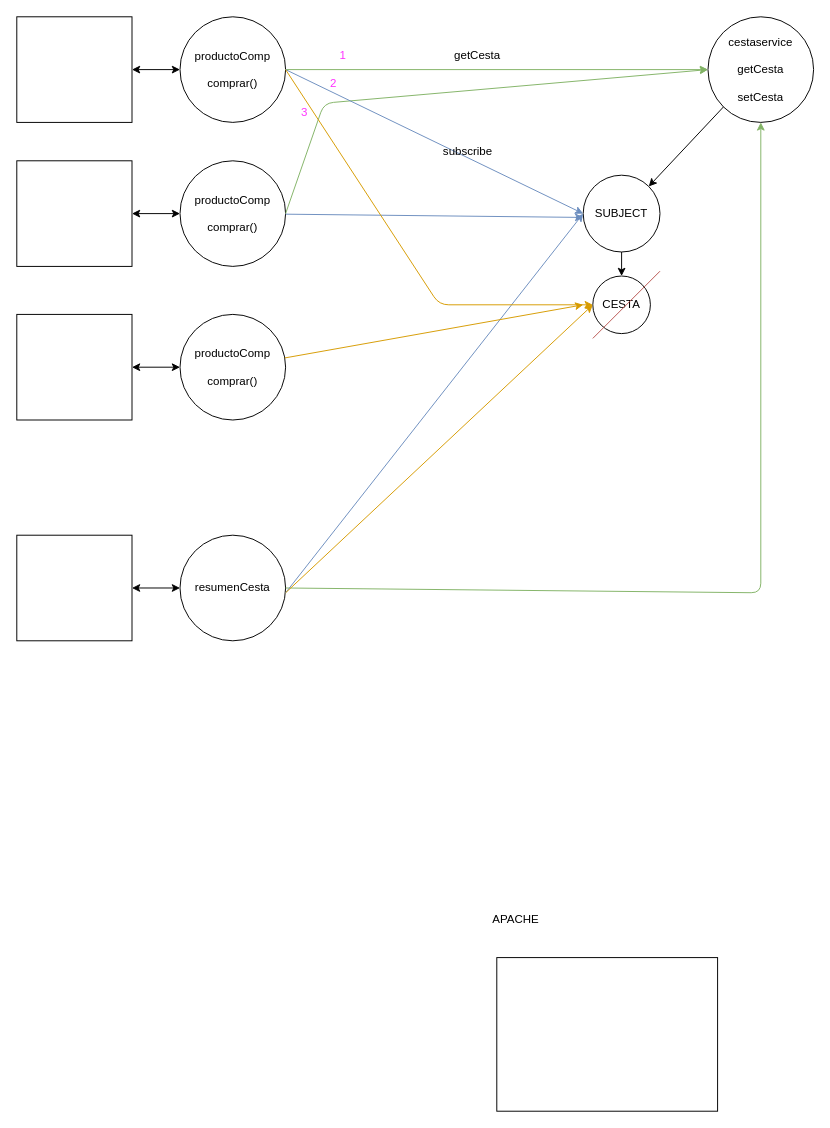
This is page "Página-69" (69 of 69) of Dibujillos.drawio from lrag/MEAN_2021, a draw.io file, before an edit. Source tidied: cells renumbered, new cells numbered last; positions are measured from the earlier drawing's top-left corner, leaving out a move shared by most shapes. Both pictures are drawn from the tidied source at 96%, with x=0, y=0 at pixel (16, 16).
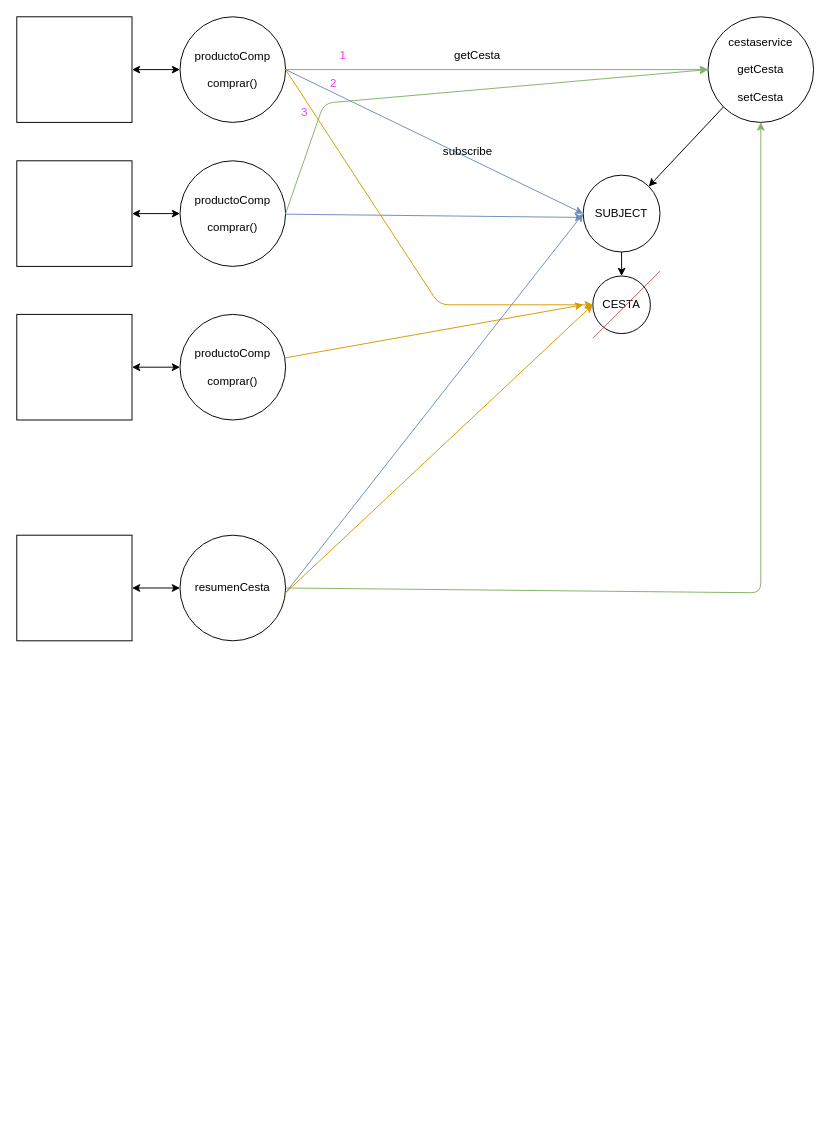
After the change.

Diff of the diagram source:
```diff
@@
-    <mxCell id="34" style="rounded=0;whiteSpace=wrap;html=1;" parent="1" vertex="1">
-      <mxGeometry x="500" y="980" width="230" height="160" as="geometry" />
-    </mxCell>
-    <mxCell id="35" value="APACHE" style="text;html=1;strokeColor=none;fillColor=none;align=center;verticalAlign=middle;whiteSpace=wrap;rounded=0;" parent="1" vertex="1">
-      <mxGeometry x="500" y="930" width="40" height="20" as="geometry" />
-    </mxCell>
```
